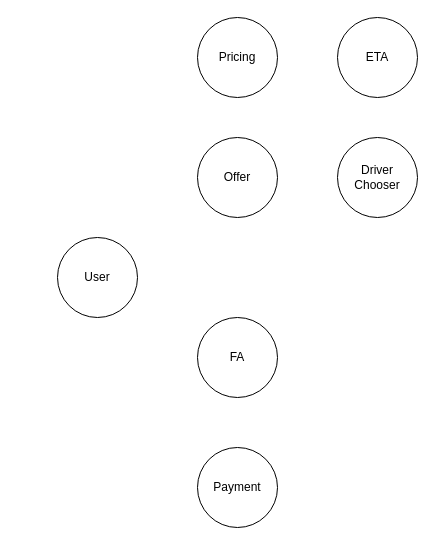
Earlier version of the draw.io diagram Untitled Diagram.drawio (ArmanAjdani/Payment). Source tidied: cells renumbered, new cells numbered last; positions are measured from the earlier drawing's top-left corner, leaving out a move shared by most shapes. Both pictures are drawn from the tidied source at 100%, with x=0, y=0 at pixel (57, 17).
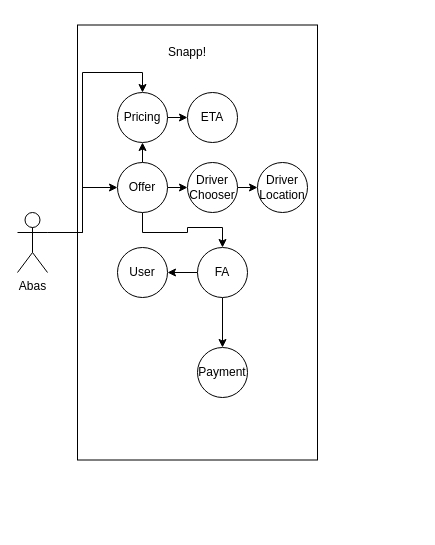
After the change.

Commit message:
Snapp Services

What changed in the source:
```diff
@@
+    <mxCell id="9" style="rounded=0;whiteSpace=wrap;html=1;strokeColor=default;align=center;verticalAlign=middle;fontFamily=Helvetica;fontSize=12;fontColor=default;fillColor=default;textShadow=0;gradientColor=none;shadow=0;glass=0;" parent="1" vertex="1">
+      <mxGeometry x="20" y="7.5" width="240" height="435" as="geometry" />
+    </mxCell>
     <mxCell id="2" value="User" style="ellipse;whiteSpace=wrap;html=1;" parent="1" vertex="1">
-      <mxGeometry y="220" width="80" height="80" as="geometry" />
+      <mxGeometry x="60" y="230" width="50" height="50" as="geometry" />
     </mxCell>
+    <mxCell id="10" style="edgeStyle=orthogonalEdgeStyle;rounded=0;jettySize=auto;html=1;exitX=0;exitY=0.5;exitDx=0;exitDy=0;entryX=1;entryY=0.5;entryDx=0;entryDy=0;fontFamily=Helvetica;fontSize=12;fontColor=default;" parent="1" edge="1" source="3" target="2">
+      <mxGeometry relative="1" as="geometry" />
+    </mxCell>
+    <mxCell id="11" style="edgeStyle=orthogonalEdgeStyle;rounded=0;jettySize=auto;html=1;exitX=0.5;exitY=1;exitDx=0;exitDy=0;fontFamily=Helvetica;fontSize=12;fontColor=default;" parent="1" edge="1" source="3" target="4">
+      <mxGeometry relative="1" as="geometry" />
+    </mxCell>
     <mxCell id="3" value="FA" style="ellipse;whiteSpace=wrap;html=1;" parent="1" vertex="1">
-      <mxGeometry x="140" y="300" width="80" height="80" as="geometry" />
+      <mxGeometry x="140" y="230" width="50" height="50" as="geometry" />
     </mxCell>
     <mxCell id="4" value="Payment" style="ellipse;whiteSpace=wrap;html=1;" parent="1" vertex="1">
-      <mxGeometry x="140" y="430" width="80" height="80" as="geometry" />
+      <mxGeometry x="140" y="330" width="50" height="50" as="geometry" />
     </mxCell>
+    <mxCell id="12" style="edgeStyle=orthogonalEdgeStyle;rounded=0;jettySize=auto;html=1;exitX=0.5;exitY=0;exitDx=0;exitDy=0;entryX=0.5;entryY=1;entryDx=0;entryDy=0;fontFamily=Helvetica;fontSize=12;fontColor=default;" parent="1" edge="1" source="5" target="6">
+      <mxGeometry relative="1" as="geometry" />
+    </mxCell>
+    <mxCell id="13" style="edgeStyle=orthogonalEdgeStyle;rounded=0;jettySize=auto;html=1;exitX=1;exitY=0.5;exitDx=0;exitDy=0;entryX=0;entryY=0.5;entryDx=0;entryDy=0;fontFamily=Helvetica;fontSize=12;fontColor=default;" parent="1" edge="1" source="5" target="8">
+      <mxGeometry relative="1" as="geometry" />
+    </mxCell>
+    <mxCell id="14" style="edgeStyle=orthogonalEdgeStyle;rounded=0;jettySize=auto;html=1;exitX=0.5;exitY=1;exitDx=0;exitDy=0;fontFamily=Helvetica;fontSize=12;fontColor=default;" parent="1" edge="1" source="5" target="3">
+      <mxGeometry relative="1" as="geometry" />
+    </mxCell>
     <mxCell id="5" value="Offer" style="ellipse;whiteSpace=wrap;html=1;" parent="1" vertex="1">
-      <mxGeometry x="140" y="120" width="80" height="80" as="geometry" />
+      <mxGeometry x="60" y="145" width="50" height="50" as="geometry" />
     </mxCell>
+    <mxCell id="15" style="edgeStyle=orthogonalEdgeStyle;rounded=0;jettySize=auto;html=1;exitX=1;exitY=0.5;exitDx=0;exitDy=0;entryX=0;entryY=0.5;entryDx=0;entryDy=0;fontFamily=Helvetica;fontSize=12;fontColor=default;" parent="1" edge="1" source="6" target="7">
+      <mxGeometry relative="1" as="geometry" />
+    </mxCell>
     <mxCell id="6" value="Pricing" style="ellipse;whiteSpace=wrap;html=1;strokeColor=default;align=center;verticalAlign=middle;fontFamily=Helvetica;fontSize=12;fontColor=default;fillColor=default;" parent="1" vertex="1">
-      <mxGeometry x="140" width="80" height="80" as="geometry" />
+      <mxGeometry x="60" y="75" width="50" height="50" as="geometry" />
     </mxCell>
     <mxCell id="7" value="ETA" style="ellipse;whiteSpace=wrap;html=1;strokeColor=default;align=center;verticalAlign=middle;fontFamily=Helvetica;fontSize=12;fontColor=default;fillColor=default;" parent="1" vertex="1">
-      <mxGeometry x="280" width="80" height="80" as="geometry" />
+      <mxGeometry x="130" y="75" width="50" height="50" as="geometry" />
     </mxCell>
+    <mxCell id="16" style="edgeStyle=orthogonalEdgeStyle;rounded=0;jettySize=auto;html=1;exitX=1;exitY=0.5;exitDx=0;exitDy=0;entryX=0;entryY=0.5;entryDx=0;entryDy=0;fontFamily=Helvetica;fontSize=12;fontColor=default;" parent="1" edge="1" source="8" target="21">
+      <mxGeometry relative="1" as="geometry" />
+    </mxCell>
     <mxCell id="8" value="Driver Chooser" style="ellipse;whiteSpace=wrap;html=1;strokeColor=default;align=center;verticalAlign=middle;fontFamily=Helvetica;fontSize=12;fontColor=default;fillColor=default;" parent="1" vertex="1">
-      <mxGeometry x="280" y="120" width="80" height="80" as="geometry" />
+      <mxGeometry x="130" y="145" width="50" height="50" as="geometry" />
     </mxCell>
+    <mxCell id="17" style="edgeStyle=orthogonalEdgeStyle;rounded=0;jettySize=auto;html=1;exitX=1;exitY=0.3333333333333333;exitDx=0;exitDy=0;exitPerimeter=0;entryX=0.5;entryY=0;entryDx=0;entryDy=0;fontFamily=Helvetica;fontSize=12;fontColor=default;" parent="1" edge="1" source="19" target="6">
+      <mxGeometry relative="1" as="geometry" />
+    </mxCell>
+    <mxCell id="18" style="edgeStyle=orthogonalEdgeStyle;rounded=0;jettySize=auto;html=1;exitX=1;exitY=0.3333333333333333;exitDx=0;exitDy=0;exitPerimeter=0;entryX=0;entryY=0.5;entryDx=0;entryDy=0;fontFamily=Helvetica;fontSize=12;fontColor=default;" parent="1" edge="1" source="19" target="5">
+      <mxGeometry relative="1" as="geometry" />
+    </mxCell>
+    <mxCell id="19" value="Abas" style="shape=umlActor;verticalLabelPosition=bottom;verticalAlign=top;html=1;outlineConnect=0;strokeColor=default;align=center;fontFamily=Helvetica;fontSize=12;fontColor=default;fillColor=default;" parent="1" vertex="1">
+      <mxGeometry x="-40" y="195" width="30" height="60" as="geometry" />
+    </mxCell>
+    <mxCell id="20" value="Snapp!" style="text;html=1;align=center;verticalAlign=middle;whiteSpace=wrap;rounded=0;fontFamily=Helvetica;fontSize=12;fontColor=default;" parent="1" vertex="1">
+      <mxGeometry x="100" y="20" width="60" height="30" as="geometry" />
+    </mxCell>
+    <mxCell id="21" value="Driver Location" style="ellipse;whiteSpace=wrap;html=1;strokeColor=default;align=center;verticalAlign=middle;fontFamily=Helvetica;fontSize=12;fontColor=default;fillColor=default;" parent="1" vertex="1">
+      <mxGeometry x="200" y="145" width="50" height="50" as="geometry" />
+    </mxCell>
```
